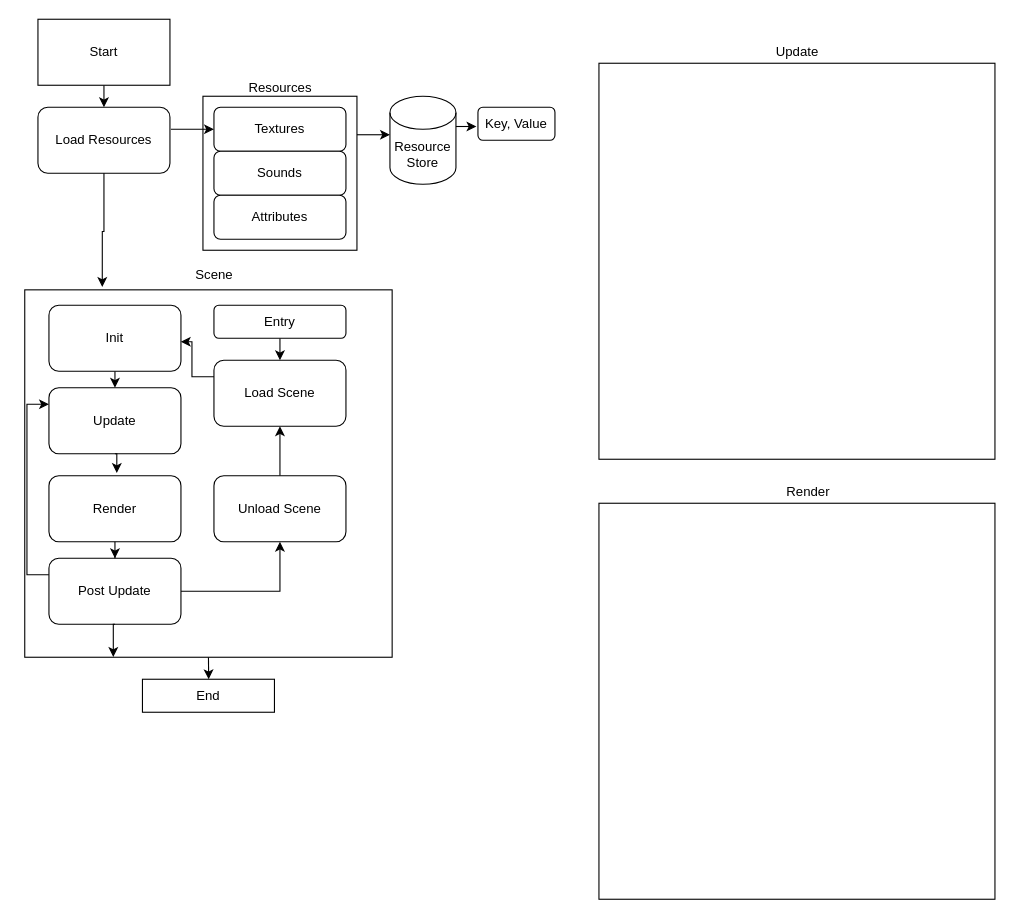
Earlier version of the draw.io diagram Saturn.drawio (cjahwaan/Bucket). Source tidied: cells renumbered, new cells numbered last; positions are measured from the earlier drawing's top-left corner, leaving out a move shared by most shapes. Both pictures are drawn from the tidied source at 110%, with x=0, y=0 at pixel (24, 19).
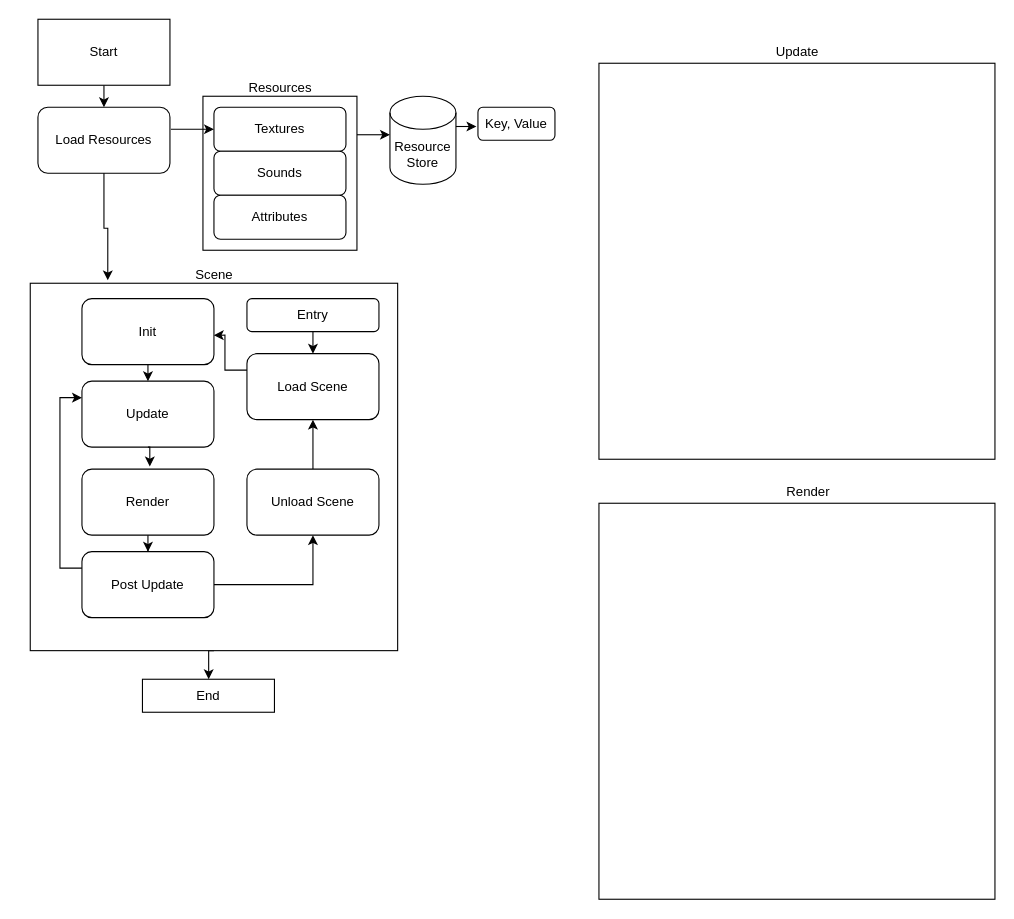
Above is the later version.

What changed in the source:
```diff
@@
     <mxCell id="3" style="whiteSpace=wrap;html=1;" parent="1" vertex="1">
-      <mxGeometry y="246" width="334" height="334" as="geometry" />
+      <mxGeometry x="5" y="240" width="334" height="334" as="geometry" />
     </mxCell>
@@
     <mxCell id="17" value="Update" style="rounded=1;whiteSpace=wrap;html=1;" parent="1" vertex="1">
-      <mxGeometry x="22" y="335" width="120" height="60" as="geometry" />
+      <mxGeometry x="52" y="329" width="120" height="60" as="geometry" />
     </mxCell>
@@
     <mxCell id="19" value="Render" style="rounded=1;whiteSpace=wrap;html=1;" parent="1" vertex="1">
-      <mxGeometry x="22" y="415" width="120" height="60" as="geometry" />
+      <mxGeometry x="52" y="409" width="120" height="60" as="geometry" />
     </mxCell>
@@
     <mxCell id="22" value="Unload Scene" style="rounded=1;whiteSpace=wrap;html=1;" parent="1" vertex="1">
-      <mxGeometry x="172" y="415" width="120" height="60" as="geometry" />
+      <mxGeometry x="202" y="409" width="120" height="60" as="geometry" />
     </mxCell>
@@
     <mxCell id="25" value="Post Update" style="rounded=1;whiteSpace=wrap;html=1;" parent="1" vertex="1">
-      <mxGeometry x="22" y="490" width="120" height="60" as="geometry" />
+      <mxGeometry x="52" y="484" width="120" height="60" as="geometry" />
     </mxCell>
@@
     <mxCell id="29" value="Init" style="rounded=1;whiteSpace=wrap;html=1;" parent="1" vertex="1">
-      <mxGeometry x="22" y="260" width="120" height="60" as="geometry" />
+      <mxGeometry x="52" y="254" width="120" height="60" as="geometry" />
     </mxCell>
-    <mxCell id="30" style="edgeStyle=orthogonalEdgeStyle;rounded=0;jettySize=auto;html=1;exitX=0.5;exitY=1;exitDx=0;exitDy=0;entryX=0.241;entryY=0.999;entryDx=0;entryDy=0;entryPerimeter=0;" parent="1" edge="1" source="25" target="3">
-      <mxGeometry relative="1" as="geometry" />
-    </mxCell>
@@
     <mxCell id="36" value="Load Scene" style="rounded=1;whiteSpace=wrap;html=1;" parent="1" vertex="1">
-      <mxGeometry x="172" y="310" width="120" height="60" as="geometry" />
+      <mxGeometry x="202" y="304" width="120" height="60" as="geometry" />
     </mxCell>
@@
     <mxCell id="38" value="Entry" style="rounded=1;whiteSpace=wrap;html=1;" parent="1" vertex="1">
-      <mxGeometry x="172" y="260" width="120" height="30" as="geometry" />
+      <mxGeometry x="202" y="254" width="120" height="30" as="geometry" />
     </mxCell>
```
